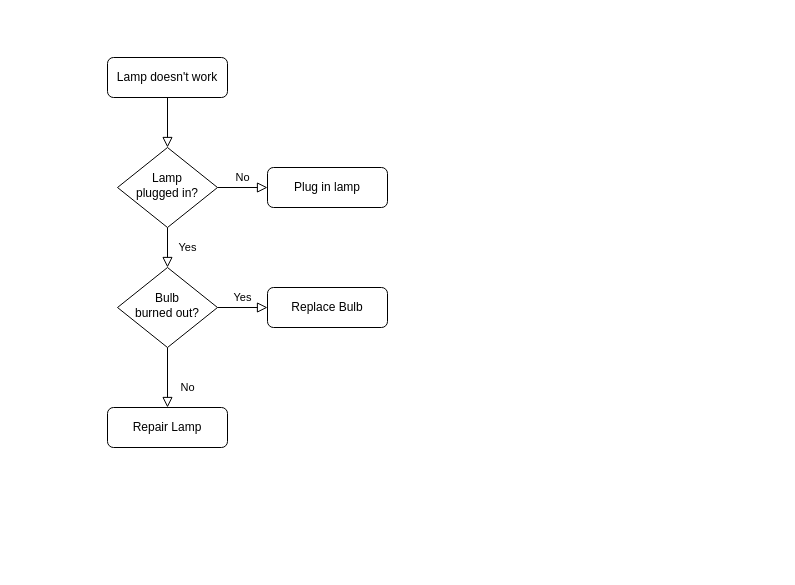
Earlier version of the draw.io diagram Untitled Diagram.drawio (el-zhuzh/estados-e-municipios-ibge). Source tidied: cells renumbered, new cells numbered last; positions are measured from the earlier drawing's top-left corner, leaving out a move shared by most shapes. Both pictures are drawn from the tidied source at 100%, with x=0, y=0 at pixel (107, 57).
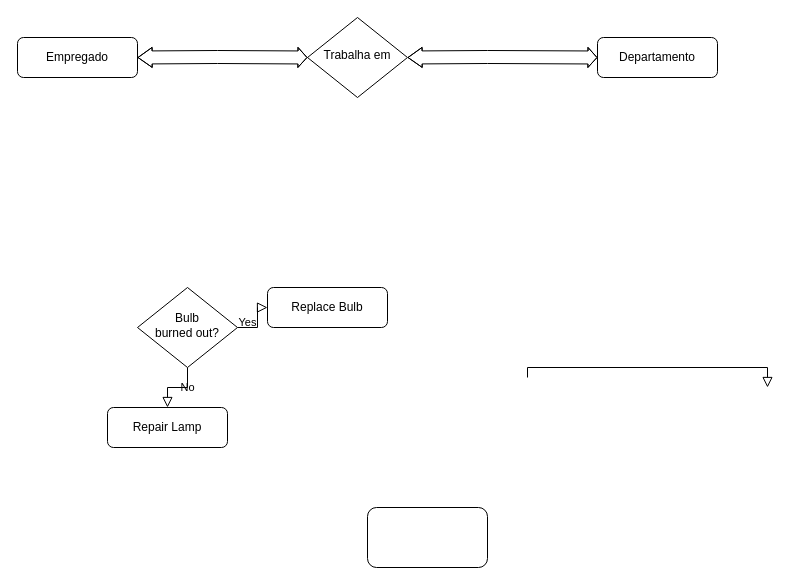
Above is the later version.

Commit message:
Modelo Conceptual Hospital BD

What changed in the source:
```diff
@@
 <mxGraphModel>
   <root>
     <mxCell id="0" />
     <mxCell id="1" parent="0" />
-    <mxCell id="2" style="rounded=0;html=1;jettySize=auto;fontSize=11;endArrow=block;endFill=0;endSize=8;strokeWidth=1;shadow=0;labelBackgroundColor=none;edgeStyle=orthogonalEdgeStyle;" parent="1" edge="1" source="3" target="6">
-      <mxGeometry relative="1" as="geometry" />
-    </mxCell>
-    <mxCell id="3" value="Lamp doesn't work" style="rounded=1;whiteSpace=wrap;html=1;fontSize=12;glass=0;strokeWidth=1;shadow=0;" parent="1" vertex="1">
-      <mxGeometry width="120" height="40" as="geometry" />
+    <mxCell id="3" value="Empregado" style="rounded=1;whiteSpace=wrap;html=1;fontSize=12;glass=0;strokeWidth=1;shadow=0;" parent="1" vertex="1">
+      <mxGeometry x="-90" y="-20" width="120" height="40" as="geometry" />
     </mxCell>
-    <mxCell id="4" value="Yes" style="rounded=0;html=1;jettySize=auto;fontSize=11;endArrow=block;endFill=0;endSize=8;strokeWidth=1;shadow=0;labelBackgroundColor=none;edgeStyle=orthogonalEdgeStyle;" parent="1" edge="1" source="6" target="10">
-      <mxGeometry y="20" relative="1" as="geometry" />
-    </mxCell>
-    <mxCell id="5" value="No" style="edgeStyle=orthogonalEdgeStyle;rounded=0;html=1;jettySize=auto;fontSize=11;endArrow=block;endFill=0;endSize=8;strokeWidth=1;shadow=0;labelBackgroundColor=none;" parent="1" edge="1" source="6" target="7">
-      <mxGeometry y="10" relative="1" as="geometry" />
+    <mxCell id="5" style="edgeStyle=orthogonalEdgeStyle;rounded=0;html=1;jettySize=auto;orthogonalLoop=1;fontSize=11;endArrow=block;endFill=0;endSize=8;strokeWidth=1;shadow=0;labelBackgroundColor=none;" parent="1" edge="1">
+      <mxGeometry x="0.07" y="50" relative="1" as="geometry">
+        <mxPoint x="420" y="320" as="sourcePoint" />
+        <mxPoint x="660" y="330" as="targetPoint" />
+        <Array as="points">
+          <mxPoint x="420" y="310" />
+          <mxPoint x="660" y="310" />
+        </Array>
+      </mxGeometry>
     </mxCell>
-    <mxCell id="6" value="Lamp&lt;br&gt;plugged in?" style="rhombus;whiteSpace=wrap;html=1;shadow=0;fontFamily=Helvetica;fontSize=12;align=center;strokeWidth=1;spacing=6;spacingTop=-4;" parent="1" vertex="1">
-      <mxGeometry x="10" y="90" width="100" height="80" as="geometry" />
+    <mxCell id="6" value="Trabalha em" style="rhombus;whiteSpace=wrap;html=1;shadow=0;fontFamily=Helvetica;fontSize=12;align=center;strokeWidth=1;spacing=6;spacingTop=-4;" parent="1" vertex="1">
+      <mxGeometry x="200" y="-40" width="100" height="80" as="geometry" />
     </mxCell>
-    <mxCell id="7" value="Plug in lamp" style="rounded=1;whiteSpace=wrap;html=1;fontSize=12;glass=0;strokeWidth=1;shadow=0;" parent="1" vertex="1">
-      <mxGeometry x="160" y="110" width="120" height="40" as="geometry" />
+    <mxCell id="7" value="Departamento" style="rounded=1;whiteSpace=wrap;html=1;fontSize=12;glass=0;strokeWidth=1;shadow=0;" parent="1" vertex="1">
+      <mxGeometry x="490" y="-20" width="120" height="40" as="geometry" />
     </mxCell>
     <mxCell id="8" value="No" style="rounded=0;html=1;jettySize=auto;fontSize=11;endArrow=block;endFill=0;endSize=8;strokeWidth=1;shadow=0;labelBackgroundColor=none;edgeStyle=orthogonalEdgeStyle;" parent="1" edge="1" source="10" target="11">
       <mxGeometry x="0.33" y="20" relative="1" as="geometry" />
     </mxCell>
     <mxCell id="9" value="Yes" style="edgeStyle=orthogonalEdgeStyle;rounded=0;html=1;jettySize=auto;fontSize=11;endArrow=block;endFill=0;endSize=8;strokeWidth=1;shadow=0;labelBackgroundColor=none;" parent="1" edge="1" source="10" target="12">
       <mxGeometry y="10" relative="1" as="geometry" />
     </mxCell>
     <mxCell id="10" value="Bulb&lt;br&gt;burned out?" style="rhombus;whiteSpace=wrap;html=1;shadow=0;fontFamily=Helvetica;fontSize=12;align=center;strokeWidth=1;spacing=6;spacingTop=-4;" parent="1" vertex="1">
-      <mxGeometry x="10" y="210" width="100" height="80" as="geometry" />
+      <mxGeometry x="30" y="230" width="100" height="80" as="geometry" />
     </mxCell>
     <mxCell id="11" value="Repair Lamp" style="rounded=1;whiteSpace=wrap;html=1;fontSize=12;glass=0;strokeWidth=1;shadow=0;" parent="1" vertex="1">
       <mxGeometry y="350" width="120" height="40" as="geometry" />
     </mxCell>
     <mxCell id="12" value="Replace Bulb" style="rounded=1;whiteSpace=wrap;html=1;fontSize=12;glass=0;strokeWidth=1;shadow=0;" parent="1" vertex="1">
       <mxGeometry x="160" y="230" width="120" height="40" as="geometry" />
     </mxCell>
+    <mxCell id="13" style="rounded=1;whiteSpace=wrap;html=1;" parent="1" vertex="1">
+      <mxGeometry x="260" y="450" width="120" height="60" as="geometry" />
+    </mxCell>
+    <mxCell id="2" style="shape=flexArrow;endArrow=classic;startArrow=classic;html=1;rounded=0;startWidth=6;startSize=4.38;width=13;endSize=2.68;endWidth=6;exitX=1;exitY=0.5;exitDx=0;exitDy=0;entryX=0;entryY=0.5;entryDx=0;entryDy=0;" parent="1" edge="1" source="3" target="6">
+      <mxGeometry relative="1" as="geometry">
+        <Array as="points">
+          <mxPoint x="110" y="-0.5" />
+        </Array>
+      </mxGeometry>
+    </mxCell>
+    <mxCell id="14" style="shape=flexArrow;endArrow=classic;startArrow=classic;html=1;rounded=0;startWidth=6;startSize=4.38;width=13;endSize=2.68;endWidth=6;exitX=1;exitY=0.5;exitDx=0;exitDy=0;entryX=0;entryY=0.5;entryDx=0;entryDy=0;" parent="1" edge="1" source="6" target="7">
+      <mxGeometry relative="1" as="geometry">
+        <Array as="points">
+          <mxPoint x="380" y="-0.5" />
+        </Array>
+      </mxGeometry>
+    </mxCell>
   </root>
 </mxGraphModel>
```
